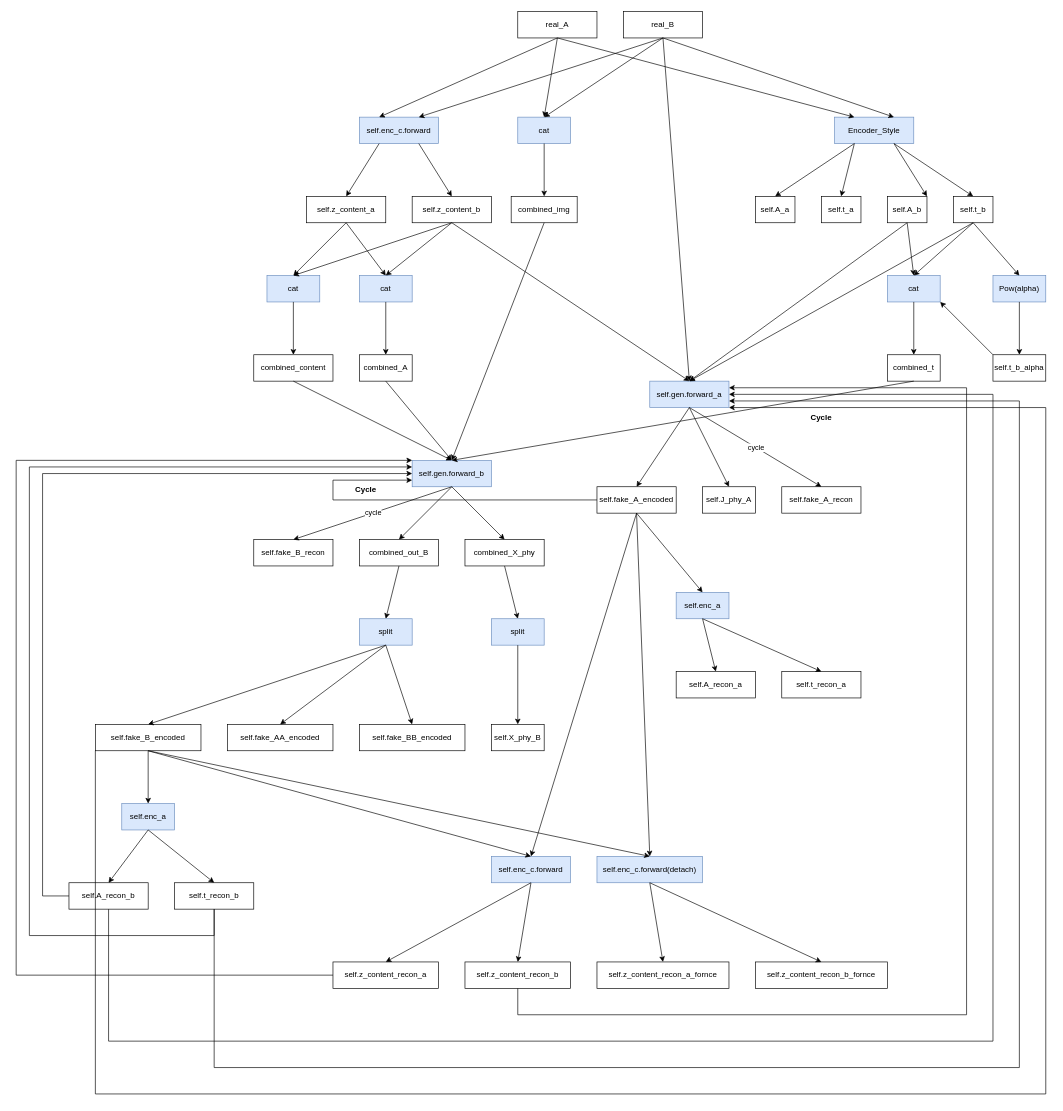
Earlier version of the draw.io diagram DRIT.drawio (DestineG/drawio). Source tidied: cells renumbered, new cells numbered last; positions are measured from the earlier drawing's top-left corner, leaving out a move shared by most shapes. Both pictures are drawn from the tidied source at 66%, with x=0, y=0 at pixel (16, 11).
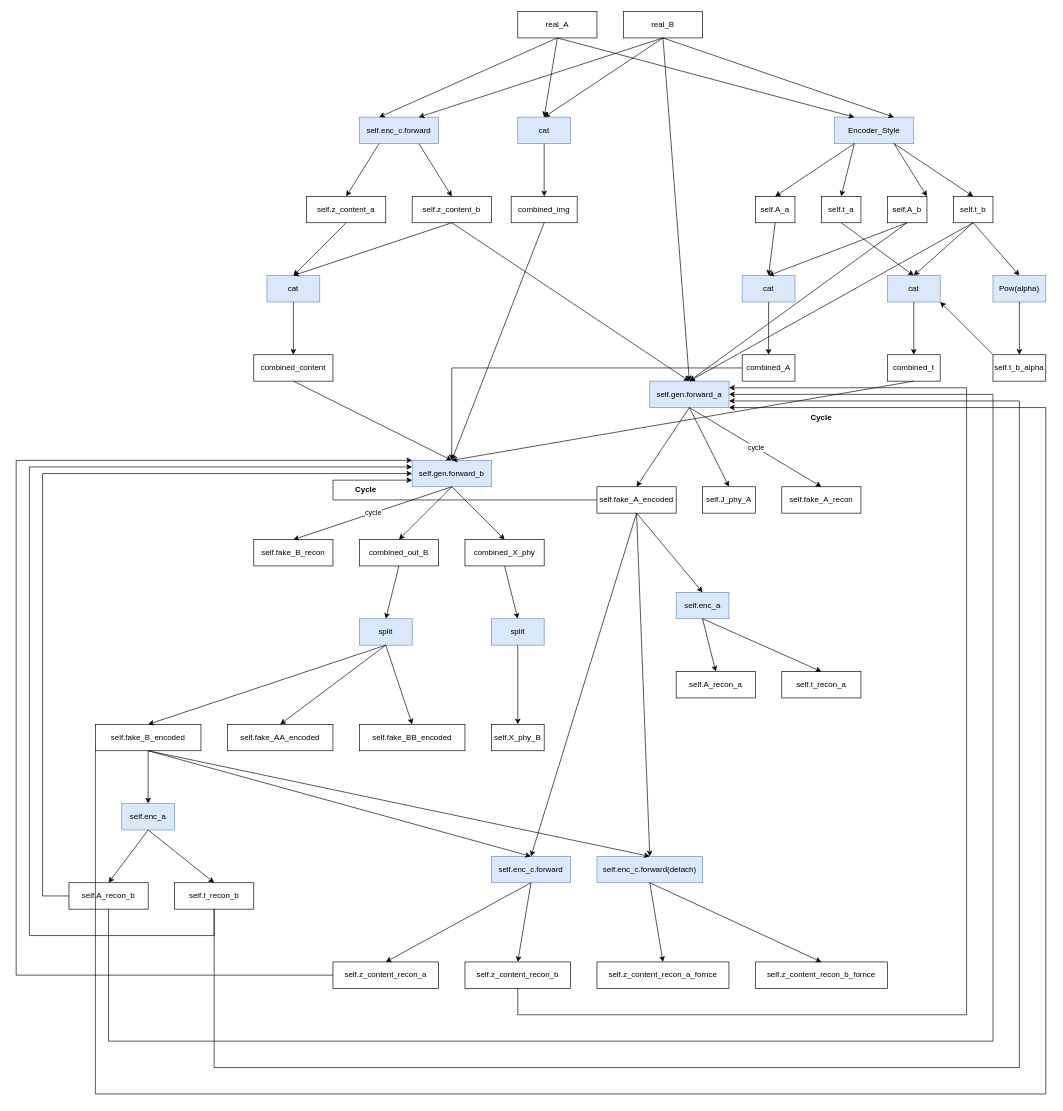
After the change.

The change refers to these unchanged cells:
```xml
<mxCell id="7" value="self.z_content_a" style="rounded=0;whiteSpace=wrap;html=1;" parent="1" vertex="1">
  <mxGeometry x="440" y="280" width="120" height="40" as="geometry" />
</mxCell>
<mxCell id="8" value="self.z_content_b" style="rounded=0;whiteSpace=wrap;html=1;" parent="1" vertex="1">
  <mxGeometry x="600" y="280" width="120" height="40" as="geometry" />
</mxCell>
<mxCell id="12" value="self.A_a" style="rounded=0;whiteSpace=wrap;html=1;" parent="1" vertex="1">
  <mxGeometry x="1120" y="280" width="60" height="40" as="geometry" />
</mxCell>
<mxCell id="17" value="self.t_a" style="rounded=0;whiteSpace=wrap;html=1;" parent="1" vertex="1">
  <mxGeometry x="1220" y="280" width="60" height="40" as="geometry" />
</mxCell>
<mxCell id="19" value="self.A_b" style="rounded=0;whiteSpace=wrap;html=1;" parent="1" vertex="1">
  <mxGeometry x="1320" y="280" width="60" height="40" as="geometry" />
</mxCell>
<mxCell id="36" value="cat" style="rounded=0;whiteSpace=wrap;html=1;fillColor=#dae8fc;strokeColor=#6c8ebf;" parent="1" vertex="1">
  <mxGeometry x="1320" y="400" width="80" height="40" as="geometry" />
</mxCell>
<mxCell id="47" value="self.gen.forward_b" style="rounded=0;whiteSpace=wrap;html=1;fillColor=#dae8fc;strokeColor=#6c8ebf;" parent="1" vertex="1">
  <mxGeometry x="600" y="680" width="120" height="40" as="geometry" />
</mxCell>
```

The edit, as a diff of the source:
```diff
@@
     <mxCell id="31" value="cat" style="rounded=0;whiteSpace=wrap;html=1;fillColor=#dae8fc;strokeColor=#6c8ebf;" parent="1" vertex="1">
-      <mxGeometry x="520" y="400" width="80" height="40" as="geometry" />
+      <mxGeometry x="1100" y="400" width="80" height="40" as="geometry" />
     </mxCell>
     <mxCell id="32" value="combined_A" style="rounded=0;whiteSpace=wrap;html=1;" parent="1" vertex="1">
-      <mxGeometry x="520" y="520" width="80" height="40" as="geometry" />
+      <mxGeometry x="1100" y="520" width="80" height="40" as="geometry" />
     </mxCell>
@@
-    <mxCell id="34" style="endArrow=classic;html=1;rounded=0;exitX=0.5;exitY=1;exitDx=0;exitDy=0;entryX=0.5;entryY=0;entryDx=0;entryDy=0;" parent="1" edge="1" source="7" target="31">
+    <mxCell id="34" style="endArrow=classic;html=1;rounded=0;exitX=0.5;exitY=1;exitDx=0;exitDy=0;entryX=0.5;entryY=0;entryDx=0;entryDy=0;" parent="1" edge="1" source="12" target="31">
       <mxGeometry relative="1" as="geometry" />
     </mxCell>
-    <mxCell id="35" style="endArrow=classic;html=1;rounded=0;exitX=0.5;exitY=1;exitDx=0;exitDy=0;entryX=0.5;entryY=0;entryDx=0;entryDy=0;" parent="1" edge="1" source="8" target="31">
+    <mxCell id="35" style="endArrow=classic;html=1;rounded=0;exitX=0.5;exitY=1;exitDx=0;exitDy=0;entryX=0.5;entryY=0;entryDx=0;entryDy=0;" parent="1" edge="1" source="19" target="31">
       <mxGeometry relative="1" as="geometry" />
     </mxCell>
@@
-    <mxCell id="39" style="endArrow=classic;html=1;rounded=0;entryX=0.5;entryY=0;entryDx=0;entryDy=0;exitX=0.5;exitY=1;exitDx=0;exitDy=0;" parent="1" edge="1" source="19" target="36">
+    <mxCell id="39" style="endArrow=classic;html=1;rounded=0;entryX=0.5;entryY=0;entryDx=0;entryDy=0;exitX=0.5;exitY=1;exitDx=0;exitDy=0;" parent="1" edge="1" source="17" target="36">
       <mxGeometry relative="1" as="geometry" />
     </mxCell>
@@
-    <mxCell id="49" style="endArrow=classic;html=1;rounded=0;exitX=0.5;exitY=1;exitDx=0;exitDy=0;entryX=0.5;entryY=0;entryDx=0;entryDy=0;" parent="1" edge="1" source="32" target="47">
-      <mxGeometry relative="1" as="geometry" />
+    <mxCell id="49" style="endArrow=classic;html=1;rounded=0;exitX=0;exitY=0.5;exitDx=0;exitDy=0;entryX=0.5;entryY=0;entryDx=0;entryDy=0;" parent="1" edge="1" source="32" target="47">
+      <mxGeometry relative="1" as="geometry">
+        <Array as="points">
+          <mxPoint x="660" y="540" />
+        </Array>
+      </mxGeometry>
     </mxCell>
```
